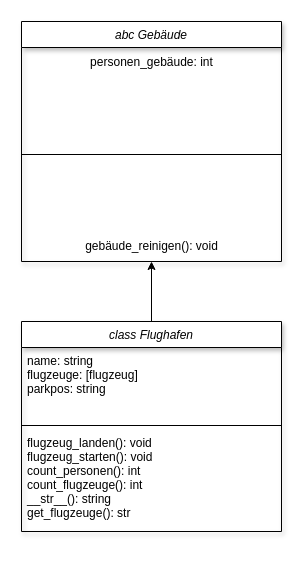
This is page "Flughafen" (2 of 2) of Klassendiagramm.drawio from sstreichan/ProjektFlugzeug, a draw.io file, before an edit. Source tidied: cells renumbered, new cells numbered last; positions are measured from the earlier drawing's top-left corner, leaving out a move shared by most shapes. Both pictures are drawn from the tidied source at 100%, with x=0, y=0 at pixel (21, 21).
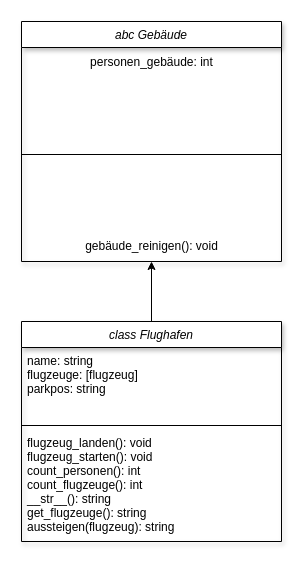
Above is the later version.

Commit message (it also covers changes not shown here):
aussteigen/umsteigen vorbereitet.

Diff of the diagram source:
```diff
@@
 <mxGraphModel>
   <root>
     <mxCell id="0" />
     <mxCell id="1" parent="0" />
     <mxCell id="2" style="edgeStyle=none;html=1;" parent="1" edge="1" source="3" target="10">
       <mxGeometry relative="1" as="geometry" />
     </mxCell>
     <mxCell id="3" value="class Flughafen" style="swimlane;fontStyle=2;align=center;verticalAlign=top;horizontal=1;startSize=26;rounded=0;shadow=1;strokeWidth=1;" parent="1" vertex="1">
-      <mxGeometry y="300" width="260" height="210" as="geometry" />
+      <mxGeometry y="300" width="260" height="220" as="geometry" />
     </mxCell>
     <mxCell id="4" value="name: string&#10;flugzeuge: [flugzeug]&#10;parkpos: string&#10;" style="text;align=left;verticalAlign=top;spacingLeft=4;spacingRight=4;overflow=hidden;rounded=0;shadow=0;html=0;" parent="3" vertex="1">
       <mxGeometry y="26" width="260" height="74" as="geometry" />
     </mxCell>
     <mxCell id="5" style="line;html=1;strokeWidth=1;align=left;verticalAlign=middle;spacingTop=-1;spacingLeft=3;spacingRight=3;labelPosition=right;" parent="3" vertex="1">
       <mxGeometry y="100" width="260" height="8" as="geometry" />
     </mxCell>
-    <mxCell id="6" value="flugzeug_landen(): void&#10;flugzeug_starten(): void&#10;count_personen(): int&#10;count_flugzeuge(): int&#10;__str__(): string&#10;get_flugzeuge(): str" style="text;align=left;verticalAlign=top;spacingLeft=4;spacingRight=4;overflow=hidden;" parent="3" vertex="1">
-      <mxGeometry y="108" width="260" height="102" as="geometry" />
+    <mxCell id="6" value="flugzeug_landen(): void&#10;flugzeug_starten(): void&#10;count_personen(): int&#10;count_flugzeuge(): int&#10;__str__(): string&#10;get_flugzeuge(): string&#10;aussteigen(flugzeug): string" style="text;align=left;verticalAlign=top;spacingLeft=4;spacingRight=4;overflow=hidden;" parent="3" vertex="1">
+      <mxGeometry y="108" width="260" height="112" as="geometry" />
     </mxCell>
     <mxCell id="7" value="abc Gebäude" style="swimlane;fontStyle=2;align=center;verticalAlign=top;horizontal=1;startSize=26;rounded=0;shadow=1;strokeWidth=1;" parent="1" vertex="1">
       <mxGeometry width="260" height="240" as="geometry" />
     </mxCell>
     <mxCell id="8" value="&lt;span style=&quot;text-align: left;&quot;&gt;personen_gebäude: int&lt;/span&gt;" style="text;html=1;align=center;verticalAlign=middle;strokeColor=none;fillColor=none;" parent="7" vertex="1">
       <mxGeometry y="26" width="260" height="30" as="geometry" />
     </mxCell>
     <mxCell id="9" style="line;html=1;strokeWidth=1;align=left;verticalAlign=middle;spacingTop=-1;spacingLeft=3;spacingRight=3;labelPosition=right;" parent="7" vertex="1">
       <mxGeometry y="56" width="260" height="154" as="geometry" />
     </mxCell>
     <mxCell id="10" value="gebäude_reinigen(): void" style="text;html=1;align=center;verticalAlign=middle;points=[];strokeColor=none;fillColor=none;" parent="7" vertex="1">
       <mxGeometry y="210" width="260" height="30" as="geometry" />
     </mxCell>
   </root>
 </mxGraphModel>
```
